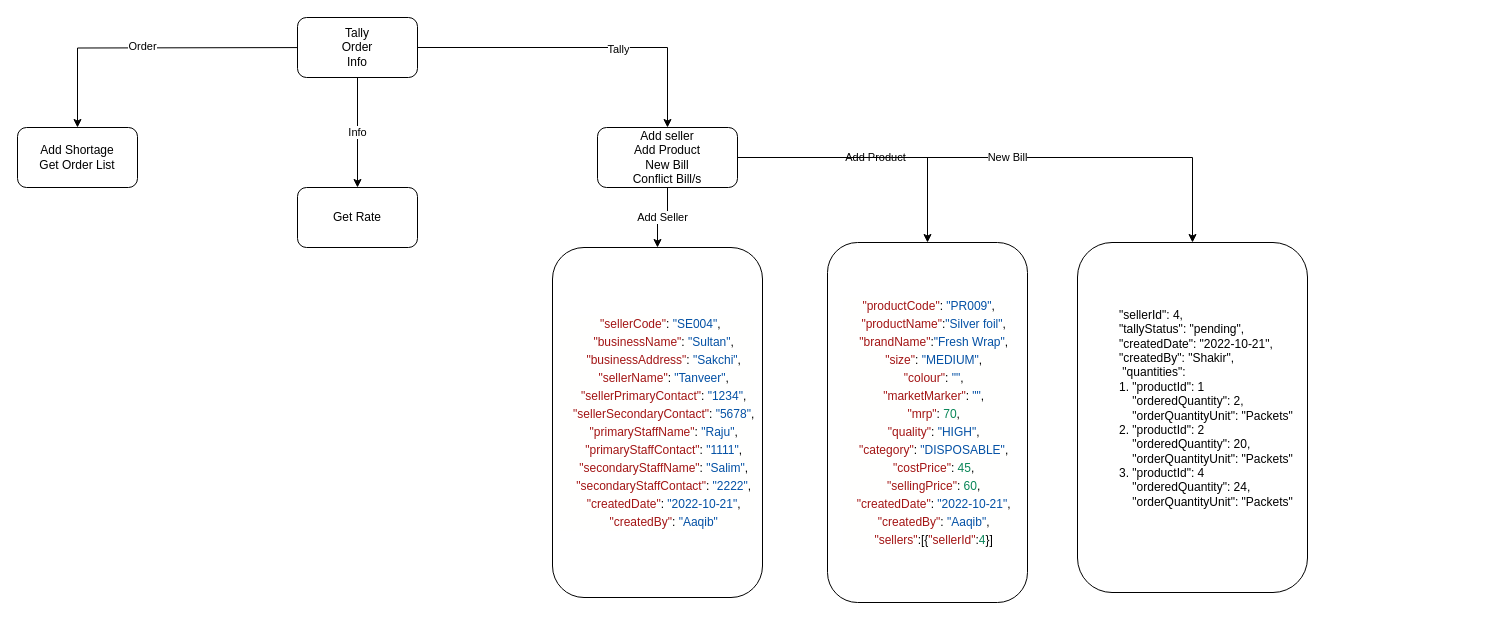
Earlier version of the draw.io diagram Flow/Untitled Diagram.drawio (Aaqib3030/ShamaTally). Source tidied: cells renumbered, new cells numbered last; positions are measured from the earlier drawing's top-left corner, leaving out a move shared by most shapes. Both pictures are drawn from the tidied source at 100%, with x=0, y=0 at pixel (17, 17).
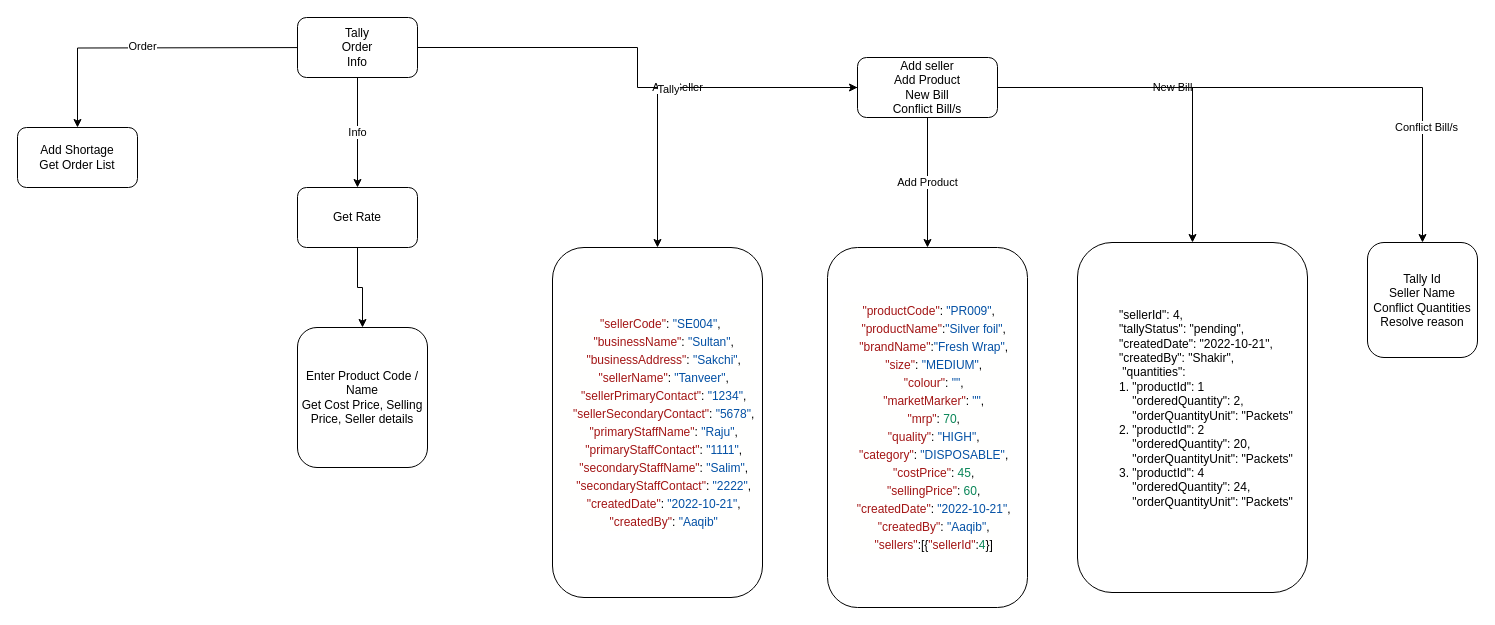
The same page after the edit.

Commit message:
Updated Info flow

The change refers to these unchanged cells:
```xml
<mxCell id="9" value="Get Rate" style="rounded=1;whiteSpace=wrap;html=1;" parent="1" vertex="1">
  <mxGeometry x="280" y="170" width="120" height="60" as="geometry" />
</mxCell>
```

The edit, as a diff of the source:
```diff
@@
+    <mxCell id="17" style="edgeStyle=orthogonalEdgeStyle;rounded=0;jettySize=auto;html=1;entryX=0.5;entryY=0;entryDx=0;entryDy=0;" parent="1" edge="1" source="7" target="20">
+      <mxGeometry relative="1" as="geometry" />
+    </mxCell>
+    <mxCell id="18" value="Conflict Bill/s" style="edgeLabel;html=1;align=center;verticalAlign=middle;" parent="17" vertex="1">
+      <mxGeometry x="0.6" y="2" relative="1" as="geometry">
+        <mxPoint x="1" as="offset" />
+      </mxGeometry>
+    </mxCell>
     <mxCell id="7" value="Add seller&lt;br&gt;Add Product&lt;br&gt;New Bill&lt;br&gt;Conflict Bill/s" style="rounded=1;whiteSpace=wrap;html=1;" parent="1" vertex="1">
-      <mxGeometry x="580" y="110" width="140" height="60" as="geometry" />
+      <mxGeometry x="840" y="40" width="140" height="60" as="geometry" />
     </mxCell>
@@
+    <mxCell id="19" style="edgeStyle=orthogonalEdgeStyle;rounded=0;jettySize=auto;html=1;" parent="1" edge="1" source="9" target="21">
+      <mxGeometry relative="1" as="geometry" />
+    </mxCell>
@@
     <mxCell id="15" value="&lt;div style=&quot;background-color: rgb(255, 255, 254); line-height: 18px;&quot;&gt;&lt;div&gt;&amp;nbsp;&lt;span style=&quot;color: #a31515;&quot;&gt;&quot;productCode&quot;&lt;/span&gt;:&amp;nbsp;&lt;span style=&quot;color: #0451a5;&quot;&gt;&quot;PR009&quot;&lt;/span&gt;,&lt;/div&gt;&lt;div&gt;&amp;nbsp;&amp;nbsp;&amp;nbsp;&amp;nbsp;&lt;span style=&quot;color: #a31515;&quot;&gt;&quot;productName&quot;&lt;/span&gt;:&lt;span style=&quot;color: #0451a5;&quot;&gt;&quot;Silver&amp;nbsp;foil&quot;&lt;/span&gt;,&lt;/div&gt;&lt;div&gt;&amp;nbsp;&amp;nbsp;&amp;nbsp;&amp;nbsp;&lt;span style=&quot;color: #a31515;&quot;&gt;&quot;brandName&quot;&lt;/span&gt;:&lt;span style=&quot;color: #0451a5;&quot;&gt;&quot;Fresh&amp;nbsp;Wrap&quot;&lt;/span&gt;,&lt;/div&gt;&lt;div&gt;&amp;nbsp;&amp;nbsp;&amp;nbsp;&amp;nbsp;&lt;span style=&quot;color: #a31515;&quot;&gt;&quot;size&quot;&lt;/span&gt;:&amp;nbsp;&lt;span style=&quot;color: #0451a5;&quot;&gt;&quot;MEDIUM&quot;&lt;/span&gt;,&lt;/div&gt;&lt;div&gt;&amp;nbsp;&amp;nbsp;&amp;nbsp;&amp;nbsp;&lt;span style=&quot;color: #a31515;&quot;&gt;&quot;colour&quot;&lt;/span&gt;:&amp;nbsp;&lt;span style=&quot;color: #0451a5;&quot;&gt;&quot;&quot;&lt;/span&gt;,&lt;/div&gt;&lt;div&gt;&amp;nbsp;&amp;nbsp;&amp;nbsp;&amp;nbsp;&lt;span style=&quot;color: #a31515;&quot;&gt;&quot;marketMarker&quot;&lt;/span&gt;:&amp;nbsp;&lt;span style=&quot;color: #0451a5;&quot;&gt;&quot;&quot;&lt;/span&gt;,&lt;/div&gt;&lt;div&gt;&amp;nbsp;&amp;nbsp;&amp;nbsp;&amp;nbsp;&lt;span style=&quot;color: #a31515;&quot;&gt;&quot;mrp&quot;&lt;/span&gt;:&amp;nbsp;&lt;span style=&quot;color: #098658;&quot;&gt;70&lt;/span&gt;,&lt;/div&gt;&lt;div&gt;&amp;nbsp;&amp;nbsp;&amp;nbsp;&amp;nbsp;&lt;span style=&quot;color: #a31515;&quot;&gt;&quot;quality&quot;&lt;/span&gt;:&amp;nbsp;&lt;span style=&quot;color: #0451a5;&quot;&gt;&quot;HIGH&quot;&lt;/span&gt;,&lt;/div&gt;&lt;div&gt;&amp;nbsp;&amp;nbsp;&amp;nbsp;&amp;nbsp;&lt;span style=&quot;color: #a31515;&quot;&gt;&quot;category&quot;&lt;/span&gt;:&amp;nbsp;&lt;span style=&quot;color: #0451a5;&quot;&gt;&quot;DISPOSABLE&quot;&lt;/span&gt;,&lt;/div&gt;&lt;div&gt;&amp;nbsp;&amp;nbsp;&amp;nbsp;&amp;nbsp;&lt;span style=&quot;color: #a31515;&quot;&gt;&quot;costPrice&quot;&lt;/span&gt;:&amp;nbsp;&lt;span style=&quot;color: #098658;&quot;&gt;45&lt;/span&gt;,&lt;/div&gt;&lt;div&gt;&amp;nbsp;&amp;nbsp;&amp;nbsp;&amp;nbsp;&lt;span style=&quot;color: #a31515;&quot;&gt;&quot;sellingPrice&quot;&lt;/span&gt;:&amp;nbsp;&lt;span style=&quot;color: #098658;&quot;&gt;60&lt;/span&gt;,&lt;/div&gt;&lt;div&gt;&amp;nbsp;&amp;nbsp;&amp;nbsp;&amp;nbsp;&lt;span style=&quot;color: #a31515;&quot;&gt;&quot;createdDate&quot;&lt;/span&gt;:&amp;nbsp;&lt;span style=&quot;color: #0451a5;&quot;&gt;&quot;2022-10-21&quot;&lt;/span&gt;,&lt;/div&gt;&lt;div&gt;&amp;nbsp;&amp;nbsp;&amp;nbsp;&amp;nbsp;&lt;span style=&quot;color: #a31515;&quot;&gt;&quot;createdBy&quot;&lt;/span&gt;:&amp;nbsp;&lt;span style=&quot;color: #0451a5;&quot;&gt;&quot;Aaqib&quot;&lt;/span&gt;,&lt;/div&gt;&lt;div&gt;&amp;nbsp;&amp;nbsp;&amp;nbsp;&amp;nbsp;&lt;span style=&quot;color: #a31515;&quot;&gt;&quot;sellers&quot;&lt;/span&gt;:[{&lt;span style=&quot;color: #a31515;&quot;&gt;&quot;sellerId&quot;&lt;/span&gt;:&lt;span style=&quot;color: #098658;&quot;&gt;4&lt;/span&gt;}]&lt;/div&gt;&lt;/div&gt;" style="rounded=1;whiteSpace=wrap;html=1;" parent="1" vertex="1">
-      <mxGeometry x="810" y="225" width="200" height="360" as="geometry" />
+      <mxGeometry x="810" y="230" width="200" height="360" as="geometry" />
     </mxCell>
@@
+    <mxCell id="20" value="Tally Id&lt;br&gt;Seller Name&lt;br&gt;Conflict Quantities&lt;br&gt;Resolve reason" style="rounded=1;whiteSpace=wrap;html=1;" parent="1" vertex="1">
+      <mxGeometry x="1350" y="225" width="110" height="115" as="geometry" />
+    </mxCell>
+    <mxCell id="21" value="Enter Product Code / Name&lt;br&gt;Get Cost Price, Selling Price, Seller details" style="rounded=1;whiteSpace=wrap;html=1;" parent="1" vertex="1">
+      <mxGeometry x="280" y="310" width="130" height="140" as="geometry" />
+    </mxCell>
```
